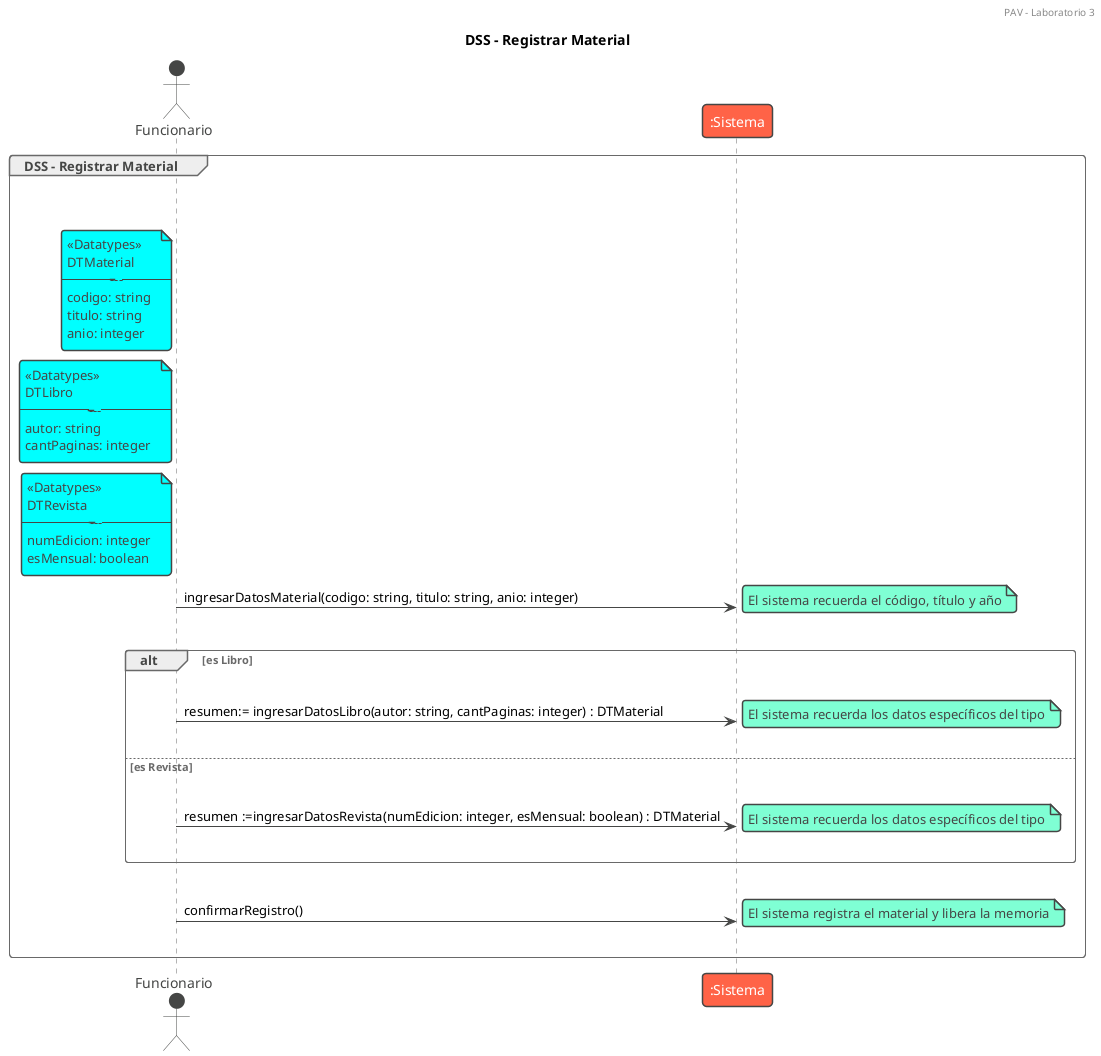
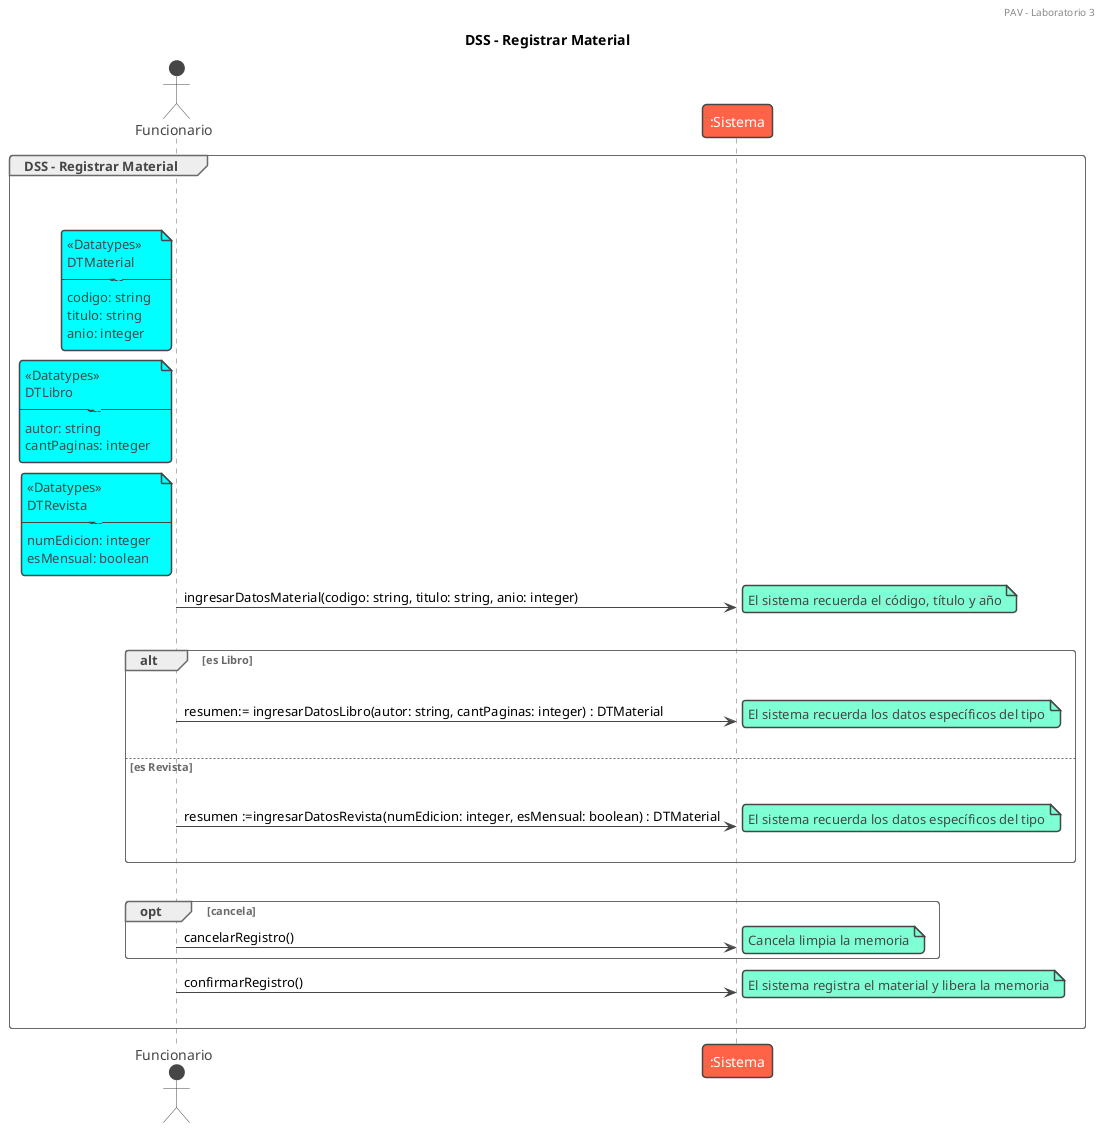
@startuml registrarMaterial

/' El caso de uso comienza cuando un funcionario, que previamente ha iniciado
sesión, desea registrar un material. El sistema solicita primero los datos generales
del material: código, título y año de publicación, y luego pide indicar el tipo de
material, que puede ser libro o revista. Si se trata de un libro, el sistema solicita
además el autor y la cantidad de páginas; si se trata de una revista, solicita el
número de edición y si es de publicación mensual. Una vez ingresada la
información correspondiente, el sistema la muestra para confirmación y, si el
funcionario confirma, registra el material'/
!theme vibrant
header PAV - Laboratorio 3

title DSS - Registrar Material

group DSS - Registrar Material
|||
actor Funcionario
|||

note left of Funcionario #aqua
<<Datatypes>>
DTMaterial
-----------
codigo: string
titulo: string
anio: integer
end note

note left of Funcionario #aqua
<<Datatypes>>
DTLibro
-----------
autor: string
cantPaginas: integer
end note

note left of Funcionario #aqua
<<Datatypes>>
DTRevista
-----------
numEdicion: integer
esMensual: boolean
end note

Funcionario -> ":Sistema" : ingresarDatosMaterial(codigo: string, titulo: string, anio: integer)
note right: El sistema recuerda el código, título y año
|||

alt es Libro
    |||
    Funcionario -> ":Sistema" : resumen:= ingresarDatosLibro(autor: string, cantPaginas: integer) : DTMaterial
    note right: El sistema recuerda los datos específicos del tipo
    |||
else es Revista
    |||
    Funcionario -> ":Sistema" : resumen :=ingresarDatosRevista(numEdicion: integer, esMensual: boolean) : DTMaterial
    note right: El sistema recuerda los datos específicos del tipo
    |||
end

|||

+ opt cancela
+ Funcionario -> ":Sistema" : cancelarRegistro()
+ note right: Cancela limpia la memoria
+ end

Funcionario -> ":Sistema" : confirmarRegistro()
note right: El sistema registra el material y libera la memoria
|||

+ 
end
@enduml